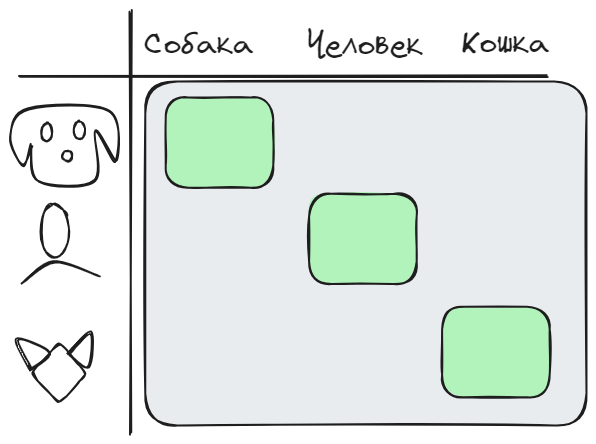
Earlier version of the Excalidraw export diplom/assets/ml/generation/clip.excalidraw.png (NMashalov/EducationGenerativeModelApplication). Source tidied: one line per element, renumbered; positions are measured from the earlier drawing's top-left corner, leaving out a move shared by most shapes.
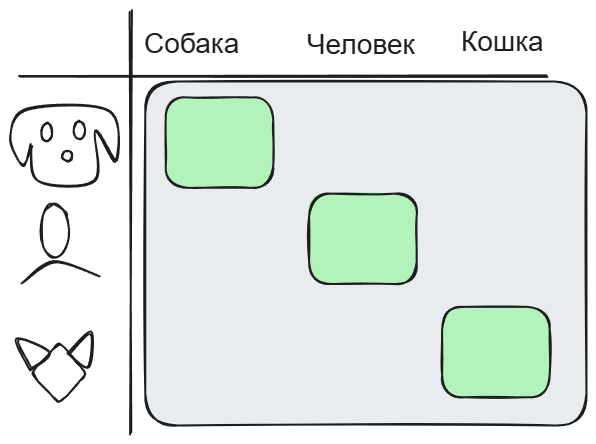
After the commit.

Diff of the diagram source:
```diff
@@ -10,9 +10,9 @@
 {"id": 9, "type": "ellipse", "strokeColor": "#1e1e1e", "strokeWidth": 2, "roughness": 1, "round": true, "x": 53, "y": 140, "width": 10, "height": 10}
 {"id": 10, "type": "ellipse", "strokeColor": "#1e1e1e", "strokeWidth": 2, "roughness": 1, "round": true, "x": 32, "y": 112, "width": 11, "height": 18}
 {"id": 11, "type": "ellipse", "strokeColor": "#1e1e1e", "strokeWidth": 2, "roughness": 1, "round": true, "x": 64, "y": 110, "width": 11, "height": 18}
-{"id": 12, "type": "text", "text": "Собака", "strokeColor": "#1e1e1e", "strokeWidth": 2, "roughness": 1, "fontSize": 30.88, "fontFamily": 1, "x": 134, "y": 15, "width": 110, "height": 39}
+{"id": 12, "type": "text", "text": "Собака", "strokeColor": "#1e1e1e", "strokeWidth": 2, "roughness": 1, "fontSize": 28, "fontFamily": 2, "x": 134, "y": 17, "width": 95, "height": 32}
-{"id": 13, "type": "text", "text": "Кошка", "strokeColor": "#1e1e1e", "strokeWidth": 2, "roughness": 1, "fontSize": 30.88, "fontFamily": 1, "x": 451, "y": 14, "width": 88, "height": 39}
+{"id": 13, "type": "text", "text": "Кошка", "strokeColor": "#1e1e1e", "strokeWidth": 2, "roughness": 1, "fontSize": 28, "fontFamily": 2, "x": 451, "y": 15, "width": 83, "height": 32}
-{"id": 14, "type": "text", "text": "Человек", "strokeColor": "#1e1e1e", "strokeWidth": 2, "roughness": 1, "fontSize": 30.88, "fontFamily": 1, "x": 297, "y": 16, "width": 116, "height": 39}
+{"id": 14, "type": "text", "text": "Человек", "strokeColor": "#1e1e1e", "strokeWidth": 2, "roughness": 1, "fontSize": 28, "fontFamily": 2, "x": 297, "y": 18, "width": 108, "height": 32}
 {"id": 15, "type": "rectangle", "strokeColor": "#1e1e1e", "backgroundColor": "#b2f2bb", "fillStyle": "solid", "strokeWidth": 2, "roughness": 1, "round": true, "x": 156, "y": 86, "width": 108, "height": 90}
 {"id": 16, "type": "rectangle", "strokeColor": "#1e1e1e", "backgroundColor": "#b2f2bb", "fillStyle": "solid", "strokeWidth": 2, "roughness": 1, "round": true, "x": 299, "y": 183, "width": 108, "height": 90}
 {"id": 17, "type": "rectangle", "strokeColor": "#1e1e1e", "backgroundColor": "#b2f2bb", "fillStyle": "solid", "strokeWidth": 2, "roughness": 1, "round": true, "x": 432, "y": 296, "width": 108, "height": 90}
```
